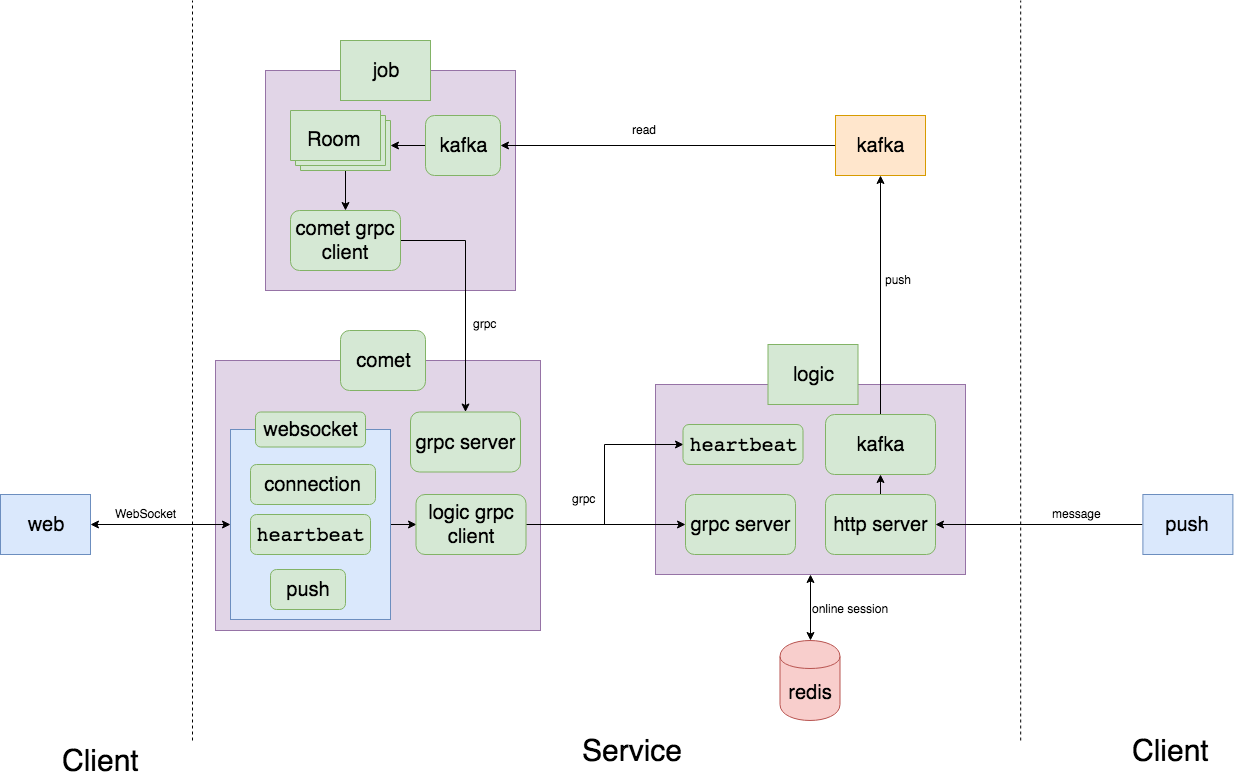
Before: doc/architecture.png, a diagram exported from draw.io (ht-co-wowtch/alakazam). Source tidied: cells renumbered, new cells last; positions are measured from the earlier drawing's top-left corner, leaving out a move shared by most shapes.
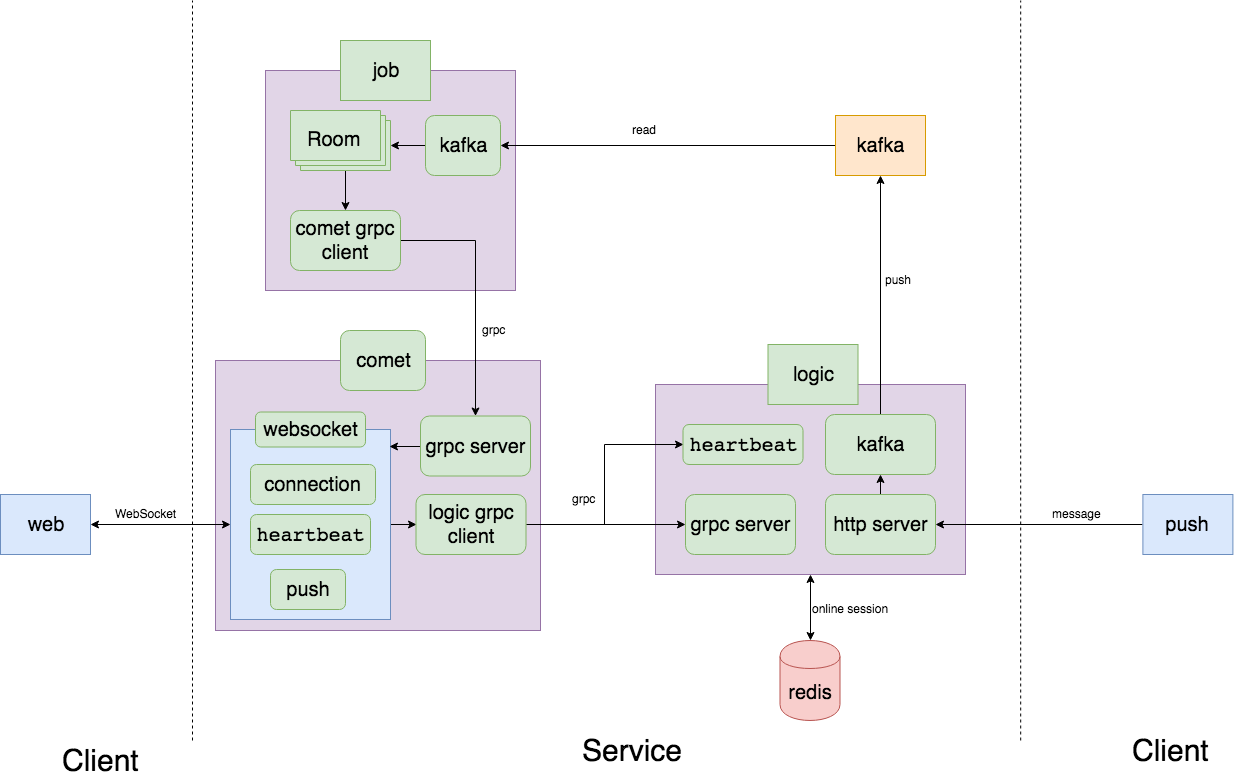
Later version of the same file.

What changed in the source:
```diff
@@ -47,8 +47,11 @@
     <mxCell id="16" value="&lt;span style=&quot;font-size: 20px&quot;&gt;websocket&lt;/span&gt;" style="rounded=1;whiteSpace=wrap;html=1;fontSize=20;fillColor=#d5e8d4;strokeColor=#82b366;" parent="1" vertex="1">
       <mxGeometry x="255" y="411.5" width="110" height="35" as="geometry" />
     </mxCell>
+    <mxCell id="51" style="edgeStyle=orthogonalEdgeStyle;rounded=0;jettySize=auto;html=1;exitX=0;exitY=0.5;exitDx=0;exitDy=0;entryX=0.996;entryY=0.092;entryDx=0;entryDy=0;entryPerimeter=0;startArrow=none;startFill=0;fontSize=30;" parent="1" edge="1" source="17" target="7">
+      <mxGeometry relative="1" as="geometry" />
+    </mxCell>
     <mxCell id="17" value="&lt;span style=&quot;font-size: 20px&quot;&gt;grpc server&lt;/span&gt;" style="rounded=1;whiteSpace=wrap;html=1;fontSize=20;fillColor=#d5e8d4;strokeColor=#82b366;" parent="1" vertex="1">
-      <mxGeometry x="410" y="411.5" width="110" height="60" as="geometry" />
+      <mxGeometry x="420" y="415.5" width="110" height="60" as="geometry" />
     </mxCell>
     <mxCell id="18" style="edgeStyle=orthogonalEdgeStyle;rounded=0;jettySize=auto;html=1;exitX=1;exitY=0.5;exitDx=0;exitDy=0;fontSize=20;" parent="1" edge="1" source="20" target="24">
       <mxGeometry relative="1" as="geometry" />
@@ -114,7 +117,7 @@
       <mxGeometry x="425" y="115" width="75" height="60" as="geometry" />
     </mxCell>
     <mxCell id="39" value="grpc&lt;br&gt;&lt;br style=&quot;font-size: 12px&quot;&gt;" style="text;html=1;align=left;verticalAlign=top;spacingTop=-4;fontSize=12;" parent="1" vertex="1">
-      <mxGeometry x="470.5" y="314" width="40" height="30" as="geometry" />
+      <mxGeometry x="480" y="320" width="40" height="30" as="geometry" />
     </mxCell>
     <mxCell id="40" value="online session&lt;br style=&quot;font-size: 12px&quot;&gt;" style="text;html=1;align=left;verticalAlign=top;spacingTop=-4;fontSize=12;" parent="1" vertex="1">
       <mxGeometry x="810" y="599" width="90" height="20" as="geometry" />
```
